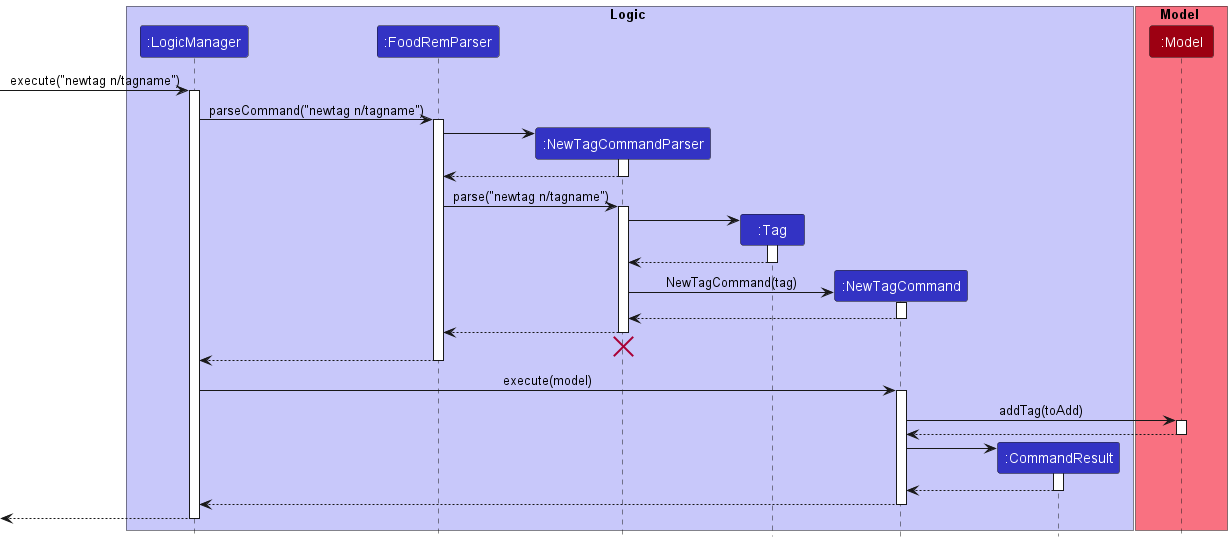
Earlier version of the PlantUML export docs/images/NewTagSequenceDiagram.png (nus-cs2103-AY2223S1/tp).
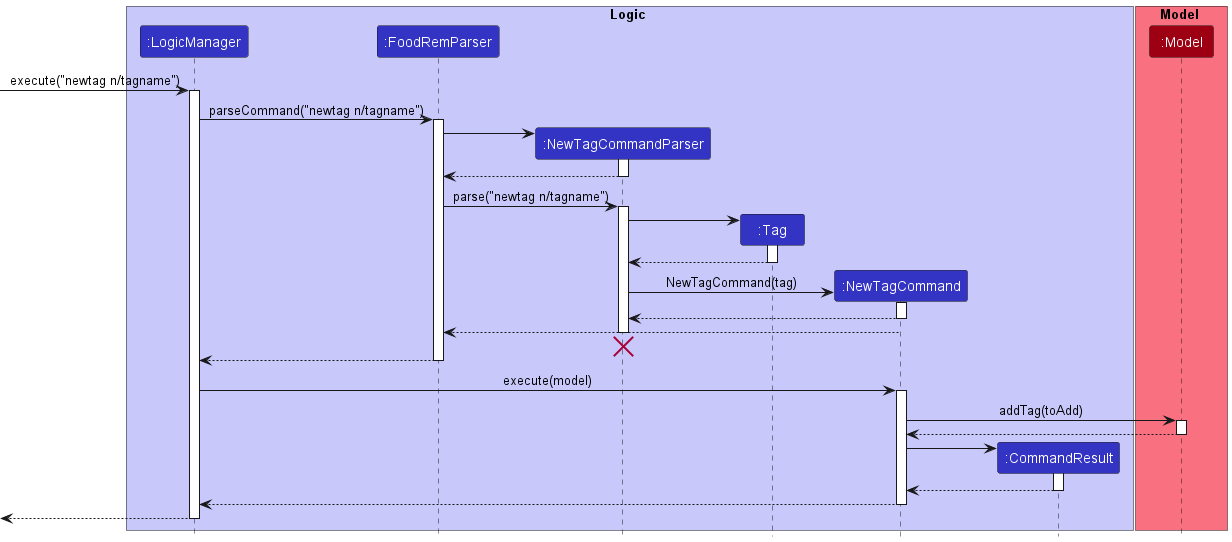
After the change.

Commit message:
Update new tag sequence diagram

Diff of the diagram source:
```diff
@@ -4,9 +4,9 @@
 box Logic LOGIC_COLOR_T1
 participant ":LogicManager" as LogicManager LOGIC_COLOR
 participant ":FoodRemParser" as FoodRemParser LOGIC_COLOR
-participant ":NewTagCommandParser" as TagCommandParser LOGIC_COLOR
+participant ":NewTagCommandParser" as NewTagCommandParser LOGIC_COLOR
 participant ":Tag" as Tag LOGIC_COLOR
-participant ":NewTagCommand" as TagCommand LOGIC_COLOR
+participant ":NewTagCommand" as NewTagCommand LOGIC_COLOR
 participant ":CommandResult" as CommandResult LOGIC_COLOR
 
 
@@ -22,58 +22,58 @@
 LogicManager -> FoodRemParser : parseCommand("newtag n/tagname")
 activate FoodRemParser
 
-create TagCommandParser
-FoodRemParser -> TagCommandParser
-activate TagCommandParser
+create NewTagCommandParser
+FoodRemParser -> NewTagCommandParser
+activate NewTagCommandParser
 
 
-TagCommandParser --> FoodRemParser
-deactivate TagCommandParser
+NewTagCommandParser --> FoodRemParser
+deactivate NewTagCommandParser
 
 
-FoodRemParser -> TagCommandParser : parse("newtag n/tagname")
-activate TagCommandParser
+FoodRemParser -> NewTagCommandParser : parse("newtag n/tagname")
+activate NewTagCommandParser
 
 create Tag
-TagCommandParser -> Tag
+NewTagCommandParser -> Tag
 activate Tag
-Tag --> TagCommandParser
+Tag --> NewTagCommandParser
 deactivate Tag
 
-create TagCommand
-TagCommandParser -> TagCommand : NewTagCommand(tag)
-activate TagCommand
+create NewTagCommand
+NewTagCommandParser -> NewTagCommand : NewTagCommand(tag)
+activate NewTagCommand
 
-TagCommand --> TagCommandParser :
-deactivate TagCommand
+NewTagCommand --> NewTagCommandParser :
+deactivate NewTagCommand
 
-TagCommandParser --> FoodRemParser :
-deactivate TagCommandParser
-TagCommandParser -[hidden]-> FoodRemParser
-destroy TagCommandParser
+NewTagCommand --> FoodRemParser :
+deactivate NewTagCommandParser
+NewTagCommandParser -[hidden]-> FoodRemParser
+destroy NewTagCommandParser
 
 FoodRemParser --> LogicManager :
 deactivate FoodRemParser
 
-LogicManager -> TagCommand : execute(model)
-activate TagCommand
+LogicManager -> NewTagCommand : execute(model)
+activate NewTagCommand
 
 
-TagCommand -> Model : addTag(toAdd)
+NewTagCommand -> Model : addTag(toAdd)
 activate Model
 
-Model --> TagCommand
+Model --> NewTagCommand
 deactivate Model
 
 create CommandResult
-TagCommand -> CommandResult
+NewTagCommand -> CommandResult
 activate CommandResult
 
-CommandResult --> TagCommand
+CommandResult --> NewTagCommand
 deactivate CommandResult
 
-TagCommand --> LogicManager
-deactivate TagCommand
+NewTagCommand --> LogicManager
+deactivate NewTagCommand
 
 [<--LogicManager
 deactivate LogicManager
```
